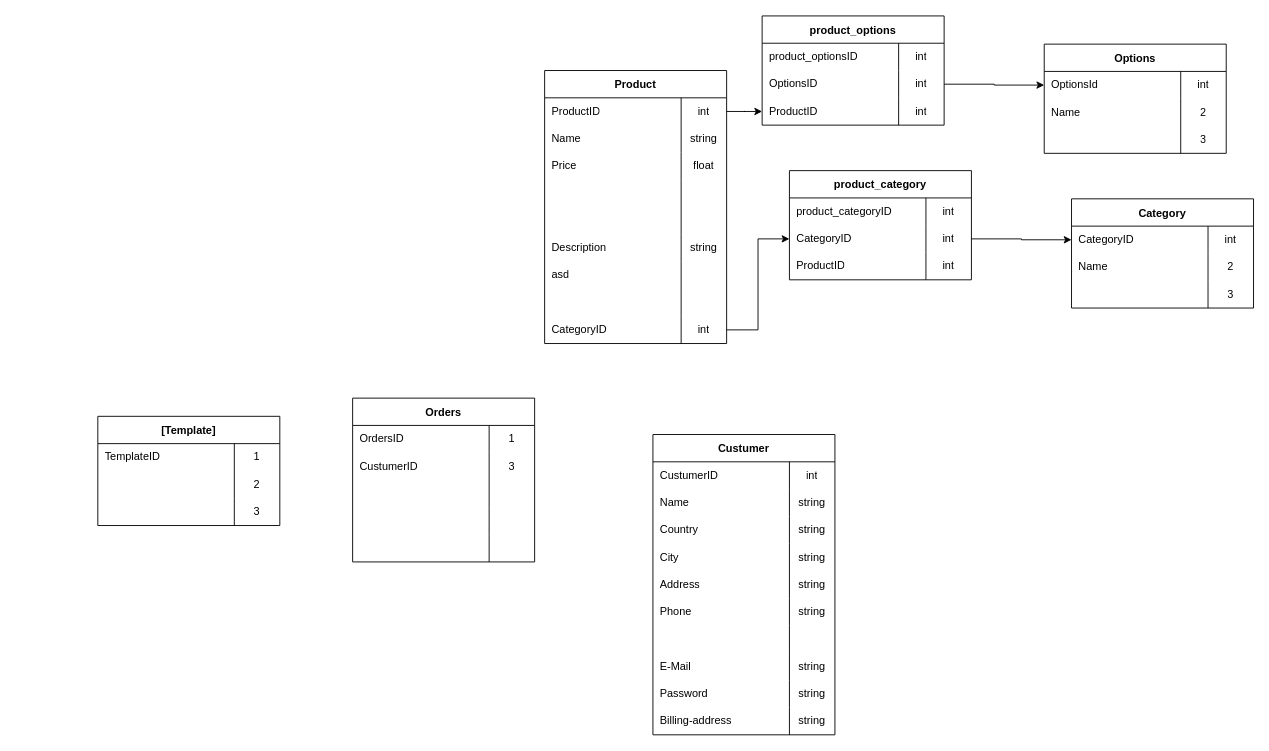
Earlier version of the draw.io diagram Database-Flowchart/Untitled Diagram.drawio (IvanVelychko/Database-Coderclass-Webwinkel). Source tidied: cells renumbered, new cells numbered last; positions are measured from the earlier drawing's top-left corner, leaving out a move shared by most shapes. Both pictures are drawn from the tidied source at 91%, with x=0, y=0 at pixel (97, 15).
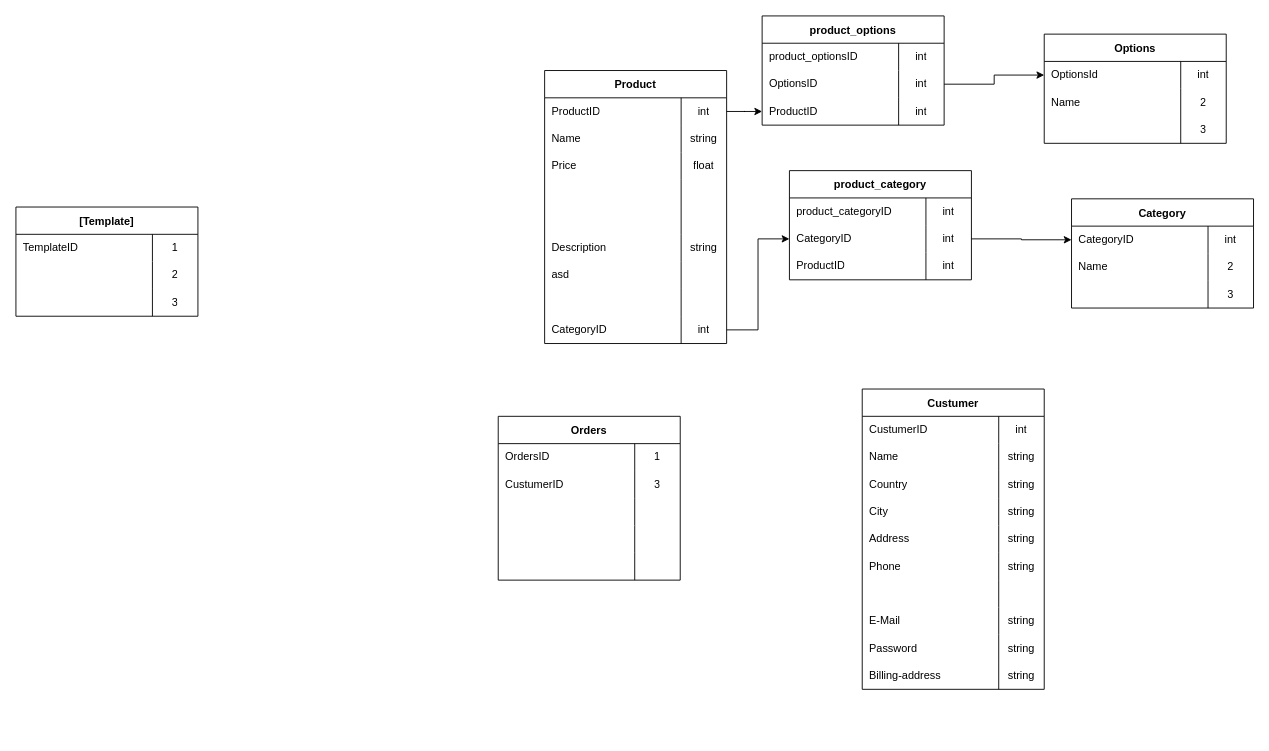
The same page after the edit.

Unchanged cells that the change refers to:
```xml
<mxCell id="91" style="shape=tableRow;horizontal=0;startSize=0;swimlaneHead=0;swimlaneBody=0;top=0;left=0;bottom=0;right=0;fillColor=none;points=[[0,0.5],[1,0.5]];portConstraint=eastwest;" parent="87" vertex="1">
  <mxGeometry y="60" width="200" height="30" as="geometry" />
</mxCell>
<mxCell id="98" style="shape=tableRow;horizontal=0;startSize=0;swimlaneHead=0;swimlaneBody=0;top=0;left=0;bottom=0;right=0;fillColor=none;points=[[0,0.5],[1,0.5]];portConstraint=eastwest;" parent="97" vertex="1">
  <mxGeometry y="30" width="200" height="30" as="geometry" />
</mxCell>
```

The edit, as a diff of the source:
```diff
@@
     <mxCell id="30" value="[Template]" style="shape=table;startSize=30;childLayout=tableLayout;rowLines=0;fontStyle=1;swimlaneLine=1;columnLines=1;flipH=0;direction=east ;right=1;rounded=0;" parent="1" vertex="1">
-      <mxGeometry y="440" width="200" height="120" as="geometry" />
+      <mxGeometry x="-90" y="210" width="200" height="120" as="geometry" />
     </mxCell>
@@
     <mxCell id="40" value="Custumer" style="shape=table;startSize=30;childLayout=tableLayout;rowLines=0;fontStyle=1;swimlaneLine=1;columnLines=1;flipH=0;direction=east ;right=1;rounded=0;" parent="1" vertex="1">
-      <mxGeometry x="610" y="460" width="200" height="330" as="geometry" />
+      <mxGeometry x="840" y="410" width="200" height="330" as="geometry" />
     </mxCell>
@@
     <mxCell id="71" value="Orders" style="shape=table;startSize=30;childLayout=tableLayout;rowLines=0;fontStyle=1;swimlaneLine=1;columnLines=1;flipH=0;direction=east ;right=1;rounded=0;" parent="1" vertex="1">
-      <mxGeometry x="280" y="420" width="200" height="180" as="geometry" />
+      <mxGeometry x="440" y="440" width="200" height="180" as="geometry" />
     </mxCell>
@@
     <mxCell id="97" value="Options" style="shape=table;startSize=30;childLayout=tableLayout;rowLines=0;fontStyle=1;swimlaneLine=1;columnLines=1;flipH=0;direction=east ;right=1;rounded=0;" parent="1" vertex="1">
-      <mxGeometry x="1040" y="31" width="200" height="120" as="geometry" />
+      <mxGeometry x="1040" y="20" width="200" height="120" as="geometry" />
     </mxCell>
@@
-    <mxCell id="108" style="edgeStyle=orthogonalEdgeStyle;rounded=0;jettySize=auto;html=1;entryX=0;entryY=0.5;entryDx=0;entryDy=0;" parent="1" edge="1" source="91" target="98">
+    <mxCell id="108" style="edgeStyle=orthogonalEdgeStyle;rounded=0;jettySize=auto;html=1;" parent="1" edge="1" source="91" target="98">
       <mxGeometry relative="1" as="geometry" />
     </mxCell>
```
